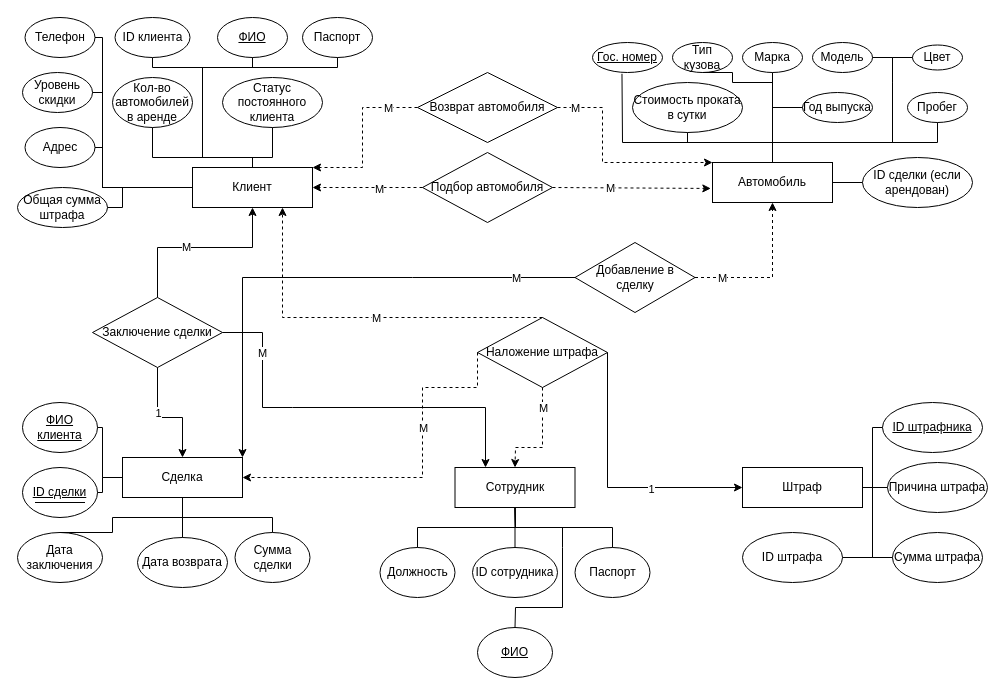
Earlier version of the draw.io diagram car_rent_diagram.drawio (Normantjer/bd_project). Source tidied: cells renumbered, new cells numbered last; positions are measured from the earlier drawing's top-left corner, leaving out a move shared by most shapes. Both pictures are drawn from the tidied source at 100%, with x=0, y=0 at pixel (17, 17).
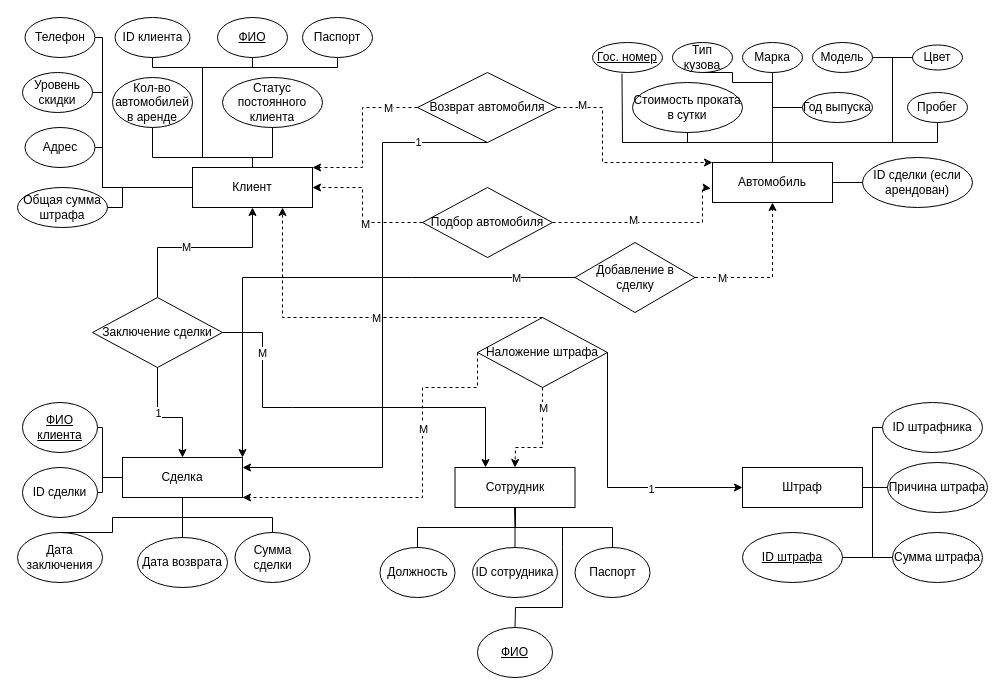
The same page after the edit.

Commit message:
upd car_rent_diagram

The change refers to these unchanged cells:
```xml
<mxCell id="3" value="Сделка" style="rounded=0;whiteSpace=wrap;html=1;" parent="1" vertex="1">
  <mxGeometry x="105" y="440" width="120" height="40" as="geometry" />
</mxCell>
<mxCell id="6" value="Автомобиль" style="rounded=0;whiteSpace=wrap;html=1;" parent="1" vertex="1">
  <mxGeometry x="695" y="145" width="120" height="40" as="geometry" />
</mxCell>
<mxCell id="55" value="Наложение штрафа" style="rhombus;whiteSpace=wrap;html=1;" parent="1" vertex="1">
  <mxGeometry x="460" y="300" width="130" height="70" as="geometry" />
</mxCell>
<mxCell id="57" value="Возврат автомобиля" style="rhombus;whiteSpace=wrap;html=1;" parent="1" vertex="1">
  <mxGeometry x="400" y="55" width="140" height="70" as="geometry" />
</mxCell>
<mxCell id="91" style="endArrow=classic;html=1;rounded=0;exitX=1;exitY=0.5;exitDx=0;exitDy=0;entryX=0;entryY=0;entryDx=0;entryDy=0;dashed=1;" parent="1" edge="1" source="57" target="6">
  <mxGeometry relative="1" as="geometry">
    <Array as="points">
      <mxPoint x="585" y="90" />
      <mxPoint x="585" y="145" />
    </Array>
  </mxGeometry>
</mxCell>
```

What changed in the source:
```diff
@@
     <mxCell id="4" style="rounded=0;jettySize=auto;html=1;dashed=1;exitX=1;exitY=0.5;exitDx=0;exitDy=0;entryX=-0.014;entryY=0.649;entryDx=0;entryDy=0;entryPerimeter=0;" parent="1" edge="1" source="56" target="6">
-      <mxGeometry relative="1" as="geometry" />
+      <mxGeometry relative="1" as="geometry">
+        <Array as="points">
+          <mxPoint x="685" y="205" />
+          <mxPoint x="685" y="170" />
+        </Array>
+      </mxGeometry>
     </mxCell>
@@
-    <mxCell id="37" value="&lt;u&gt;ID штрафника&lt;/u&gt;" style="ellipse;whiteSpace=wrap;html=1;" parent="1" vertex="1">
+    <mxCell id="37" value="ID штрафника" style="ellipse;whiteSpace=wrap;html=1;" parent="1" vertex="1">
       <mxGeometry x="865" y="385" width="100" height="50" as="geometry" />
     </mxCell>
-    <mxCell id="38" value="ID штрафа" style="ellipse;whiteSpace=wrap;html=1;" parent="1" vertex="1">
+    <mxCell id="38" value="&lt;u&gt;ID штрафа&lt;/u&gt;" style="ellipse;whiteSpace=wrap;html=1;" parent="1" vertex="1">
       <mxGeometry x="725" y="515" width="100" height="50" as="geometry" />
     </mxCell>
@@
-    <mxCell id="42" value="&lt;u&gt;ID сделки&lt;/u&gt;" style="ellipse;whiteSpace=wrap;html=1;" parent="1" vertex="1">
+    <mxCell id="42" value="ID сделки" style="ellipse;whiteSpace=wrap;html=1;" parent="1" vertex="1">
       <mxGeometry x="5" y="450" width="75" height="50" as="geometry" />
     </mxCell>
@@
-    <mxCell id="47" style="endArrow=none;html=1;rounded=0;entryX=0.8;entryY=0.7;entryDx=0;entryDy=0;entryPerimeter=0;" parent="1" edge="1">
-      <mxGeometry relative="1" as="geometry">
-        <mxPoint x="17.5" y="485" as="sourcePoint" />
-        <mxPoint x="67.5" y="485" as="targetPoint" />
-        <Array as="points">
-          <mxPoint x="47.5" y="485" />
-        </Array>
-      </mxGeometry>
-    </mxCell>
@@
     <mxCell id="56" value="Подбор автомобиля" style="rhombus;whiteSpace=wrap;html=1;" parent="1" vertex="1">
-      <mxGeometry x="405" y="135" width="130" height="70" as="geometry" />
+      <mxGeometry x="405" y="170" width="130" height="70" as="geometry" />
     </mxCell>
@@
     <mxCell id="92" value="M" style="edgeLabel;html=1;align=center;verticalAlign=middle;" parent="91" vertex="1">
-      <mxGeometry x="0.4" y="-2" relative="1" as="geometry">
-        <mxPoint x="-75" y="-57" as="offset" />
-      </mxGeometry>
+      <mxGeometry x="-0.77" y="3" relative="1" as="geometry" />
     </mxCell>
     <mxCell id="93" style="endArrow=classic;html=1;rounded=0;entryX=0;entryY=0.5;entryDx=0;entryDy=0;dashed=1;exitX=0;exitY=0.5;exitDx=0;exitDy=0;" parent="1" edge="1" source="56">
       <mxGeometry relative="1" as="geometry">
         <mxPoint x="295" y="170" as="targetPoint" />
         <Array as="points">
+          <mxPoint x="345" y="205" />
           <mxPoint x="345" y="170" />
         </Array>
       </mxGeometry>
     </mxCell>
@@
-    <mxCell id="99" style="endArrow=classic;html=1;rounded=0;exitX=0;exitY=0.5;exitDx=0;exitDy=0;entryX=1;entryY=0.5;entryDx=0;entryDy=0;dashed=1;" parent="1" edge="1" source="55" target="3">
+    <mxCell id="99" style="endArrow=classic;html=1;rounded=0;exitX=0;exitY=0.5;exitDx=0;exitDy=0;entryX=1;entryY=1;entryDx=0;entryDy=0;dashed=1;" parent="1" edge="1" source="55" target="3">
       <mxGeometry relative="1" as="geometry">
         <Array as="points">
           <mxPoint x="460" y="370" />
           <mxPoint x="405" y="370" />
           <mxPoint x="405" y="390" />
-          <mxPoint x="405" y="460" />
+          <mxPoint x="405" y="480" />
         </Array>
       </mxGeometry>
     </mxCell>
@@
+    <mxCell id="101" style="endArrow=classic;html=1;rounded=0;entryX=1;entryY=0.25;entryDx=0;entryDy=0;exitX=0.5;exitY=1;exitDx=0;exitDy=0;" parent="1" edge="1" source="57" target="3">
+      <mxGeometry relative="1" as="geometry">
+        <Array as="points">
+          <mxPoint x="365" y="125" />
+          <mxPoint x="365" y="450" />
+        </Array>
+      </mxGeometry>
+    </mxCell>
+    <mxCell id="102" value="1" style="edgeLabel;html=1;align=center;verticalAlign=middle;" parent="101" vertex="1">
+      <mxGeometry x="-0.49" relative="1" as="geometry">
+        <mxPoint x="35" y="-41" as="offset" />
+      </mxGeometry>
+    </mxCell>
```
